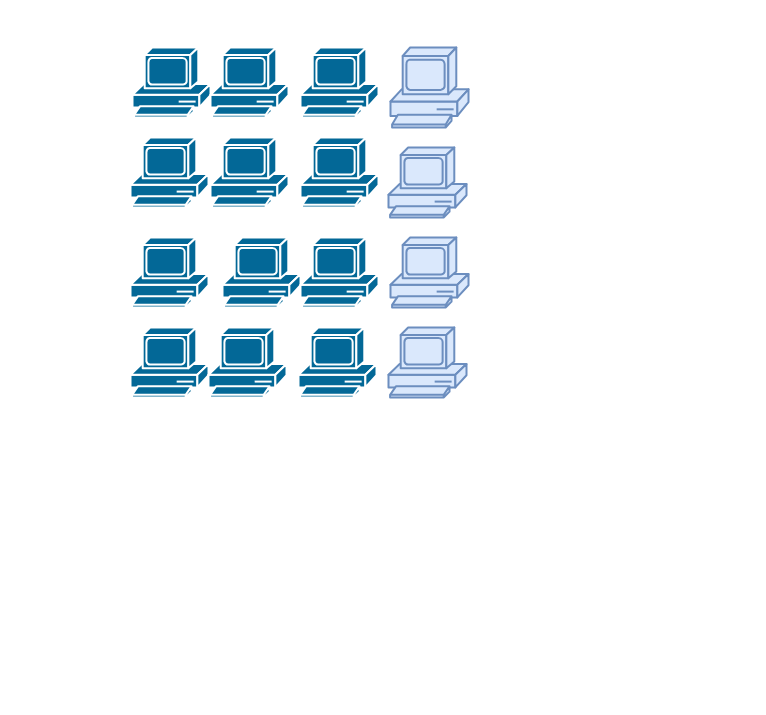
The draw.io diagram lan_aula.drawio in carmencentella/workspace, before the edit. Source tidied: cells renumbered, new cells numbered last; positions are measured from the earlier drawing's top-left corner, leaving out a move shared by most shapes. Both pictures are drawn from the tidied source at 100%, with x=0, y=0 at pixel (130, 47).
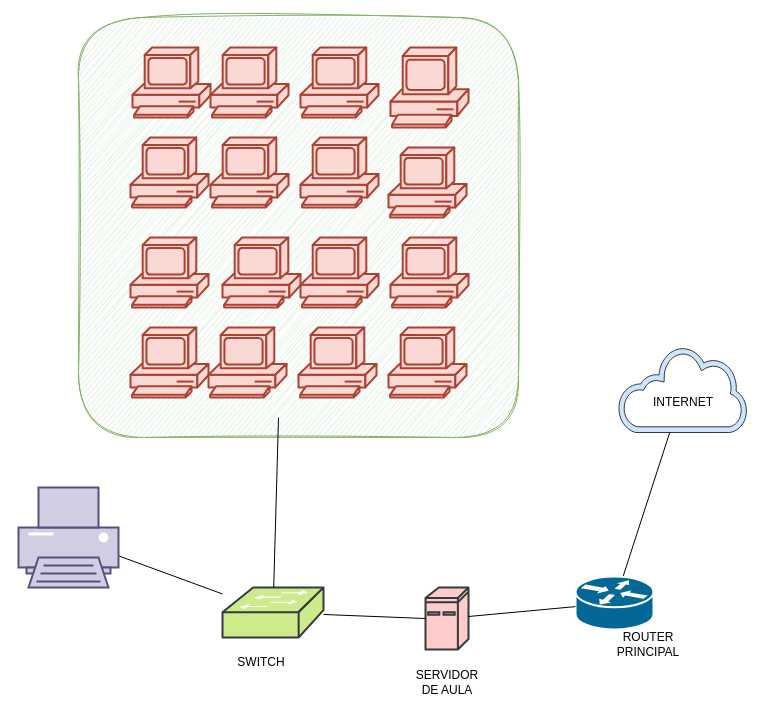
The same diagram, later.

Change to the diagram source:
```diff
@@
+    <mxCell id="18" style="rounded=1;whiteSpace=wrap;html=1;fillColor=#d5e8d4;strokeColor=#82b366;glass=0;sketch=1;curveFitting=1;jiggle=2;shadow=0;" parent="1" vertex="1">
+      <mxGeometry x="-52" y="-30" width="440" height="420" as="geometry" />
+    </mxCell>
-    <mxCell id="2" style="shape=mxgraph.cisco.computers_and_peripherals.pc;sketch=0;html=1;dashed=0;fillColor=#036897;strokeColor=#ffffff;strokeWidth=2;verticalLabelPosition=bottom;verticalAlign=top;align=center;" parent="1" vertex="1">
+    <mxCell id="2" style="shape=mxgraph.cisco.computers_and_peripherals.pc;sketch=0;html=1;dashed=0;fillColor=#fad9d5;strokeColor=#ae4132;strokeWidth=2;verticalLabelPosition=bottom;verticalAlign=top;align=center;" parent="1" vertex="1">
       <mxGeometry x="2" width="78" height="70" as="geometry" />
     </mxCell>
-    <mxCell id="3" style="shape=mxgraph.cisco.computers_and_peripherals.pc;sketch=0;html=1;dashed=0;fillColor=#036897;strokeColor=#ffffff;strokeWidth=2;verticalLabelPosition=bottom;verticalAlign=top;align=center;" parent="1" vertex="1">
+    <mxCell id="3" style="shape=mxgraph.cisco.computers_and_peripherals.pc;sketch=0;html=1;dashed=0;fillColor=#fad9d5;strokeColor=#ae4132;strokeWidth=2;verticalLabelPosition=bottom;verticalAlign=top;align=center;" parent="1" vertex="1">
       <mxGeometry x="80" width="78" height="70" as="geometry" />
     </mxCell>
-    <mxCell id="4" style="shape=mxgraph.cisco.computers_and_peripherals.pc;sketch=0;html=1;dashed=0;fillColor=#036897;strokeColor=#ffffff;strokeWidth=2;verticalLabelPosition=bottom;verticalAlign=top;align=center;" parent="1" vertex="1">
+    <mxCell id="4" style="shape=mxgraph.cisco.computers_and_peripherals.pc;sketch=0;html=1;dashed=0;fillColor=#fad9d5;strokeColor=#ae4132;strokeWidth=2;verticalLabelPosition=bottom;verticalAlign=top;align=center;" parent="1" vertex="1">
       <mxGeometry x="170" width="78" height="70" as="geometry" />
     </mxCell>
-    <mxCell id="5" style="shape=mxgraph.cisco.computers_and_peripherals.pc;sketch=0;html=1;dashed=0;strokeWidth=2;verticalLabelPosition=bottom;verticalAlign=top;align=center;fillColor=#dae8fc;strokeColor=#6c8ebf;" parent="1" vertex="1">
+    <mxCell id="5" style="shape=mxgraph.cisco.computers_and_peripherals.pc;sketch=0;html=1;dashed=0;strokeWidth=2;verticalLabelPosition=bottom;verticalAlign=top;align=center;fillColor=#fad9d5;strokeColor=#ae4132;" parent="1" vertex="1">
       <mxGeometry x="260" width="78" height="80" as="geometry" />
     </mxCell>
-    <mxCell id="6" style="shape=mxgraph.cisco.computers_and_peripherals.pc;sketch=0;html=1;dashed=0;fillColor=#036897;strokeColor=#ffffff;strokeWidth=2;verticalLabelPosition=bottom;verticalAlign=top;align=center;" parent="1" vertex="1">
+    <mxCell id="6" style="shape=mxgraph.cisco.computers_and_peripherals.pc;sketch=0;html=1;dashed=0;fillColor=#fad9d5;strokeColor=#ae4132;strokeWidth=2;verticalLabelPosition=bottom;verticalAlign=top;align=center;" parent="1" vertex="1">
       <mxGeometry y="90" width="78" height="70" as="geometry" />
     </mxCell>
-    <mxCell id="7" style="shape=mxgraph.cisco.computers_and_peripherals.pc;sketch=0;html=1;dashed=0;fillColor=#036897;strokeColor=#ffffff;strokeWidth=2;verticalLabelPosition=bottom;verticalAlign=top;align=center;" parent="1" vertex="1">
+    <mxCell id="7" style="shape=mxgraph.cisco.computers_and_peripherals.pc;sketch=0;html=1;dashed=0;fillColor=#fad9d5;strokeColor=#ae4132;strokeWidth=2;verticalLabelPosition=bottom;verticalAlign=top;align=center;" parent="1" vertex="1">
       <mxGeometry x="80" y="90" width="78" height="70" as="geometry" />
     </mxCell>
-    <mxCell id="8" style="shape=mxgraph.cisco.computers_and_peripherals.pc;sketch=0;html=1;dashed=0;fillColor=#036897;strokeColor=#ffffff;strokeWidth=2;verticalLabelPosition=bottom;verticalAlign=top;align=center;" parent="1" vertex="1">
+    <mxCell id="8" style="shape=mxgraph.cisco.computers_and_peripherals.pc;sketch=0;html=1;dashed=0;fillColor=#fad9d5;strokeColor=#ae4132;strokeWidth=2;verticalLabelPosition=bottom;verticalAlign=top;align=center;" parent="1" vertex="1">
       <mxGeometry x="170" y="90" width="78" height="70" as="geometry" />
     </mxCell>
-    <mxCell id="9" style="shape=mxgraph.cisco.computers_and_peripherals.pc;sketch=0;html=1;dashed=0;strokeWidth=2;verticalLabelPosition=bottom;verticalAlign=top;align=center;fillColor=#dae8fc;strokeColor=#6c8ebf;" parent="1" vertex="1">
+    <mxCell id="9" style="shape=mxgraph.cisco.computers_and_peripherals.pc;sketch=0;html=1;dashed=0;strokeWidth=2;verticalLabelPosition=bottom;verticalAlign=top;align=center;fillColor=#fad9d5;strokeColor=#ae4132;" parent="1" vertex="1">
       <mxGeometry x="258" y="100" width="78" height="70" as="geometry" />
     </mxCell>
-    <mxCell id="10" style="shape=mxgraph.cisco.computers_and_peripherals.pc;sketch=0;html=1;dashed=0;fillColor=#036897;strokeColor=#ffffff;strokeWidth=2;verticalLabelPosition=bottom;verticalAlign=top;align=center;" parent="1" vertex="1">
+    <mxCell id="10" style="shape=mxgraph.cisco.computers_and_peripherals.pc;sketch=0;html=1;dashed=0;fillColor=#fad9d5;strokeColor=#ae4132;strokeWidth=2;verticalLabelPosition=bottom;verticalAlign=top;align=center;" parent="1" vertex="1">
       <mxGeometry y="190" width="78" height="70" as="geometry" />
     </mxCell>
-    <mxCell id="11" style="shape=mxgraph.cisco.computers_and_peripherals.pc;sketch=0;html=1;dashed=0;fillColor=#036897;strokeColor=#ffffff;strokeWidth=2;verticalLabelPosition=bottom;verticalAlign=top;align=center;" parent="1" vertex="1">
+    <mxCell id="11" style="shape=mxgraph.cisco.computers_and_peripherals.pc;sketch=0;html=1;dashed=0;fillColor=#fad9d5;strokeColor=#ae4132;strokeWidth=2;verticalLabelPosition=bottom;verticalAlign=top;align=center;" parent="1" vertex="1">
       <mxGeometry x="92" y="190" width="78" height="70" as="geometry" />
     </mxCell>
-    <mxCell id="12" style="shape=mxgraph.cisco.computers_and_peripherals.pc;sketch=0;html=1;dashed=0;fillColor=#036897;strokeColor=#ffffff;strokeWidth=2;verticalLabelPosition=bottom;verticalAlign=top;align=center;" parent="1" vertex="1">
+    <mxCell id="12" style="shape=mxgraph.cisco.computers_and_peripherals.pc;sketch=0;html=1;dashed=0;fillColor=#fad9d5;strokeColor=#ae4132;strokeWidth=2;verticalLabelPosition=bottom;verticalAlign=top;align=center;" parent="1" vertex="1">
       <mxGeometry x="170" y="190" width="78" height="70" as="geometry" />
     </mxCell>
-    <mxCell id="13" style="shape=mxgraph.cisco.computers_and_peripherals.pc;sketch=0;html=1;dashed=0;strokeWidth=2;verticalLabelPosition=bottom;verticalAlign=top;align=center;fillColor=#dae8fc;strokeColor=#6c8ebf;" parent="1" vertex="1">
+    <mxCell id="13" style="shape=mxgraph.cisco.computers_and_peripherals.pc;sketch=0;html=1;dashed=0;strokeWidth=2;verticalLabelPosition=bottom;verticalAlign=top;align=center;fillColor=#fad9d5;strokeColor=#ae4132;" parent="1" vertex="1">
       <mxGeometry x="260" y="190" width="78" height="70" as="geometry" />
     </mxCell>
-    <mxCell id="14" style="shape=mxgraph.cisco.computers_and_peripherals.pc;sketch=0;html=1;dashed=0;fillColor=#036897;strokeColor=#ffffff;strokeWidth=2;verticalLabelPosition=bottom;verticalAlign=top;align=center;" parent="1" vertex="1">
+    <mxCell id="14" style="shape=mxgraph.cisco.computers_and_peripherals.pc;sketch=0;html=1;dashed=0;fillColor=#fad9d5;strokeColor=#ae4132;strokeWidth=2;verticalLabelPosition=bottom;verticalAlign=top;align=center;" parent="1" vertex="1">
       <mxGeometry y="280" width="78" height="70" as="geometry" />
     </mxCell>
-    <mxCell id="15" style="shape=mxgraph.cisco.computers_and_peripherals.pc;sketch=0;html=1;dashed=0;fillColor=#036897;strokeColor=#ffffff;strokeWidth=2;verticalLabelPosition=bottom;verticalAlign=top;align=center;" parent="1" vertex="1">
+    <mxCell id="15" style="shape=mxgraph.cisco.computers_and_peripherals.pc;sketch=0;html=1;dashed=0;fillColor=#fad9d5;strokeColor=#ae4132;strokeWidth=2;verticalLabelPosition=bottom;verticalAlign=top;align=center;" parent="1" vertex="1">
       <mxGeometry x="78" y="280" width="78" height="70" as="geometry" />
     </mxCell>
-    <mxCell id="16" style="shape=mxgraph.cisco.computers_and_peripherals.pc;sketch=0;html=1;dashed=0;fillColor=#036897;strokeColor=#ffffff;strokeWidth=2;verticalLabelPosition=bottom;verticalAlign=top;align=center;" parent="1" vertex="1">
+    <mxCell id="16" style="shape=mxgraph.cisco.computers_and_peripherals.pc;sketch=0;html=1;dashed=0;fillColor=#fad9d5;strokeColor=#ae4132;strokeWidth=2;verticalLabelPosition=bottom;verticalAlign=top;align=center;" parent="1" vertex="1">
       <mxGeometry x="168" y="280" width="78" height="70" as="geometry" />
     </mxCell>
-    <mxCell id="17" style="shape=mxgraph.cisco.computers_and_peripherals.pc;sketch=0;html=1;dashed=0;strokeWidth=2;verticalLabelPosition=bottom;verticalAlign=top;align=center;fillColor=#dae8fc;strokeColor=#6c8ebf;" parent="1" vertex="1">
+    <mxCell id="17" style="shape=mxgraph.cisco.computers_and_peripherals.pc;sketch=0;html=1;dashed=0;strokeWidth=2;verticalLabelPosition=bottom;verticalAlign=top;align=center;fillColor=#fad9d5;strokeColor=#ae4132;" parent="1" vertex="1">
       <mxGeometry x="258" y="280" width="78" height="70" as="geometry" />
     </mxCell>
+    <mxCell id="19" style="shape=mxgraph.cisco.switches.workgroup_switch;sketch=0;html=1;dashed=0;fillColor=#cdeb8b;strokeColor=#36393d;strokeWidth=2;verticalLabelPosition=bottom;verticalAlign=top;align=center;outlineConnect=0;" parent="1" vertex="1">
+      <mxGeometry x="92" y="540" width="101" height="50" as="geometry" />
+    </mxCell>
+    <mxCell id="20" style="shape=mxgraph.cisco.computers_and_peripherals.ibm_mini_as400;sketch=0;html=1;dashed=0;fillColor=#ffcccc;strokeColor=#36393d;strokeWidth=2;verticalLabelPosition=bottom;verticalAlign=top;align=center;outlineConnect=0;" parent="1" vertex="1">
+      <mxGeometry x="295" y="540" width="43" height="62" as="geometry" />
+    </mxCell>
+    <mxCell id="21" style="sketch=0;shadow=0;dashed=0;html=1;strokeColor=#36393d;fillColor=#cce5ff;labelPosition=center;verticalLabelPosition=bottom;outlineConnect=0;verticalAlign=top;align=center;shape=mxgraph.office.clouds.cloud;" parent="1" vertex="1">
+      <mxGeometry x="488" y="300" width="130" height="85" as="geometry" />
+    </mxCell>
+    <mxCell id="22" value="SERVIDOR DE AULA" style="text;html=1;align=center;verticalAlign=middle;whiteSpace=wrap;rounded=0;" parent="1" vertex="1">
+      <mxGeometry x="286.5" y="620" width="60" height="30" as="geometry" />
+    </mxCell>
+    <mxCell id="23" value="INTERNET" style="text;html=1;align=center;verticalAlign=middle;whiteSpace=wrap;rounded=0;" parent="1" vertex="1">
+      <mxGeometry x="523" y="340" width="60" height="30" as="geometry" />
+    </mxCell>
+    <mxCell id="24" style="endArrow=none;html=1;rounded=0;" parent="1" edge="1" source="28" target="21">
+      <mxGeometry relative="1" as="geometry" />
+    </mxCell>
+    <mxCell id="25" style="endArrow=none;html=1;rounded=0;entryX=0;entryY=0.5;entryDx=0;entryDy=0;entryPerimeter=0;" parent="1" edge="1" source="19" target="20">
+      <mxGeometry relative="1" as="geometry" />
+    </mxCell>
+    <mxCell id="26" style="endArrow=none;html=1;rounded=0;" parent="1" edge="1" source="19">
+      <mxGeometry relative="1" as="geometry">
+        <mxPoint x="148" y="370" as="targetPoint" />
+      </mxGeometry>
+    </mxCell>
+    <mxCell id="27" value="SWITCH" style="text;html=1;align=center;verticalAlign=middle;whiteSpace=wrap;rounded=0;" parent="1" vertex="1">
+      <mxGeometry x="101" y="600" width="60" height="30" as="geometry" />
+    </mxCell>
+    <mxCell id="28" style="shape=mxgraph.cisco.routers.router;sketch=0;html=1;dashed=0;fillColor=#036897;strokeColor=#ffffff;strokeWidth=2;verticalLabelPosition=bottom;verticalAlign=top;align=center;outlineConnect=0;" parent="1" vertex="1">
+      <mxGeometry x="445" y="529" width="78" height="53" as="geometry" />
+    </mxCell>
+    <mxCell id="29" style="endArrow=none;html=1;rounded=0;" parent="1" edge="1" source="32" target="19">
+      <mxGeometry relative="1" as="geometry" />
+    </mxCell>
+    <mxCell id="30" style="endArrow=none;html=1;rounded=0;" parent="1" edge="1" source="20" target="28">
+      <mxGeometry relative="1" as="geometry" />
+    </mxCell>
+    <mxCell id="31" value="ROUTER PRINCIPAL" style="text;html=1;align=center;verticalAlign=middle;whiteSpace=wrap;rounded=0;" parent="1" vertex="1">
+      <mxGeometry x="488" y="582" width="60" height="30" as="geometry" />
+    </mxCell>
+    <mxCell id="32" style="verticalAlign=top;verticalLabelPosition=bottom;labelPosition=center;align=center;html=1;outlineConnect=0;fillColor=#d0cee2;strokeColor=#56517e;gradientDirection=north;strokeWidth=2;shape=mxgraph.networks.printer;" parent="1" vertex="1">
+      <mxGeometry x="-112" y="440" width="100" height="100" as="geometry" />
+    </mxCell>
```
